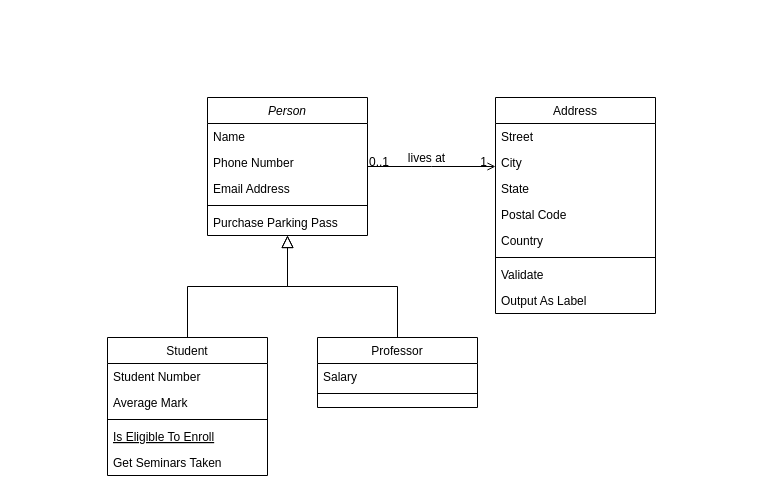
Above: assets/Диаграмма без названия.drawio in Muradxan005/Chinese-Spoken-Idioms (draw.io), before the change. Source tidied: cells renumbered, new cells numbered last; positions are measured from the earlier drawing's top-left corner, leaving out a move shared by most shapes. Both pictures are drawn from the tidied source at 100%, with x=0, y=0 at pixel (107, 97).
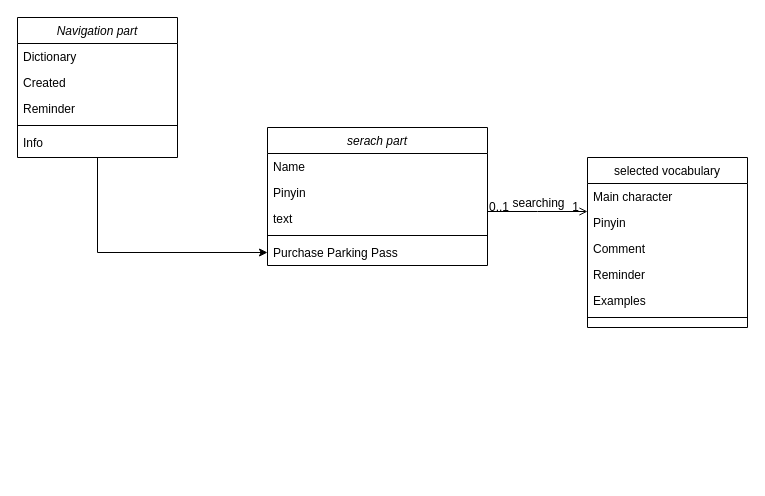
Above is the later version.

Commit message:
Data Model

The change refers to these unchanged cells:
```xml
<mxCell id="28" style="endArrow=open;shadow=0;strokeWidth=1;rounded=0;curved=0;endFill=1;edgeStyle=elbowEdgeStyle;elbow=vertical;" parent="1" edge="1" source="2" target="19">
  <mxGeometry x="0.5" y="41" relative="1" as="geometry">
    <mxPoint x="-40" y="32" as="offset" />
  </mxGeometry>
</mxCell>
```

What changed in the source:
```diff
@@
-    <mxCell id="2" value="Person" style="swimlane;fontStyle=2;align=center;verticalAlign=top;horizontal=1;startSize=26;rounded=0;shadow=0;strokeWidth=1;" parent="1" vertex="1">
-      <mxGeometry x="100" width="160" height="138" as="geometry" />
+    <mxCell id="2" value="serach part" style="swimlane;fontStyle=2;align=center;verticalAlign=top;horizontal=1;startSize=26;rounded=0;shadow=0;strokeWidth=1;" parent="1" vertex="1">
+      <mxGeometry x="160" y="30" width="220" height="138" as="geometry" />
     </mxCell>
     <mxCell id="3" value="Name" style="text;align=left;verticalAlign=top;spacingLeft=4;spacingRight=4;overflow=hidden;" parent="2" vertex="1">
-      <mxGeometry y="26" width="160" height="26" as="geometry" />
+      <mxGeometry y="26" width="220" height="26" as="geometry" />
     </mxCell>
-    <mxCell id="4" value="Phone Number" style="text;align=left;verticalAlign=top;spacingLeft=4;spacingRight=4;overflow=hidden;rounded=0;shadow=0;html=0;" parent="2" vertex="1">
-      <mxGeometry y="52" width="160" height="26" as="geometry" />
+    <mxCell id="4" value="Pinyin" style="text;align=left;verticalAlign=top;spacingLeft=4;spacingRight=4;overflow=hidden;rounded=0;shadow=0;html=0;" parent="2" vertex="1">
+      <mxGeometry y="52" width="220" height="26" as="geometry" />
     </mxCell>
-    <mxCell id="5" value="Email Address" style="text;align=left;verticalAlign=top;spacingLeft=4;spacingRight=4;overflow=hidden;rounded=0;shadow=0;html=0;" parent="2" vertex="1">
-      <mxGeometry y="78" width="160" height="26" as="geometry" />
+    <mxCell id="5" value="text" style="text;align=left;verticalAlign=top;spacingLeft=4;spacingRight=4;overflow=hidden;rounded=0;shadow=0;html=0;" parent="2" vertex="1">
+      <mxGeometry y="78" width="220" height="26" as="geometry" />
     </mxCell>
     <mxCell id="6" style="line;html=1;strokeWidth=1;align=left;verticalAlign=middle;spacingTop=-1;spacingLeft=3;spacingRight=3;labelPosition=right;" parent="2" vertex="1">
-      <mxGeometry y="104" width="160" height="8" as="geometry" />
+      <mxGeometry y="104" width="220" height="8" as="geometry" />
     </mxCell>
     <mxCell id="7" value="Purchase Parking Pass" style="text;align=left;verticalAlign=top;spacingLeft=4;spacingRight=4;overflow=hidden;points=[[0,0.5],[1,0.5]];portConstraint=eastwest;" parent="2" vertex="1">
-      <mxGeometry y="112" width="160" height="26" as="geometry" />
+      <mxGeometry y="112" width="220" height="26" as="geometry" />
     </mxCell>
-    <mxCell id="8" value="Student" style="swimlane;fontStyle=0;align=center;verticalAlign=top;horizontal=1;startSize=26;rounded=0;shadow=0;strokeWidth=1;" parent="1" vertex="1">
-      <mxGeometry y="240" width="160" height="138" as="geometry" />
-    </mxCell>
-    <mxCell id="9" value="Student Number" style="text;align=left;verticalAlign=top;spacingLeft=4;spacingRight=4;overflow=hidden;" parent="8" vertex="1">
-      <mxGeometry y="26" width="160" height="26" as="geometry" />
-    </mxCell>
-    <mxCell id="10" value="Average Mark" style="text;align=left;verticalAlign=top;spacingLeft=4;spacingRight=4;overflow=hidden;rounded=0;shadow=0;html=0;" parent="8" vertex="1">
-      <mxGeometry y="52" width="160" height="26" as="geometry" />
-    </mxCell>
-    <mxCell id="11" style="line;html=1;strokeWidth=1;align=left;verticalAlign=middle;spacingTop=-1;spacingLeft=3;spacingRight=3;labelPosition=right;" parent="8" vertex="1">
-      <mxGeometry y="78" width="160" height="8" as="geometry" />
-    </mxCell>
-    <mxCell id="12" value="Is Eligible To Enroll" style="text;align=left;verticalAlign=top;spacingLeft=4;spacingRight=4;overflow=hidden;fontStyle=4;" parent="8" vertex="1">
-      <mxGeometry y="86" width="160" height="26" as="geometry" />
-    </mxCell>
-    <mxCell id="13" value="Get Seminars Taken" style="text;align=left;verticalAlign=top;spacingLeft=4;spacingRight=4;overflow=hidden;" parent="8" vertex="1">
-      <mxGeometry y="112" width="160" height="26" as="geometry" />
-    </mxCell>
-    <mxCell id="14" style="endArrow=block;endSize=10;endFill=0;shadow=0;strokeWidth=1;rounded=0;curved=0;edgeStyle=elbowEdgeStyle;elbow=vertical;" parent="1" edge="1" source="8" target="2">
-      <mxGeometry relative="1" as="geometry" />
-    </mxCell>
-    <mxCell id="15" value="Professor" style="swimlane;fontStyle=0;align=center;verticalAlign=top;horizontal=1;startSize=26;rounded=0;shadow=0;strokeWidth=1;" parent="1" vertex="1">
-      <mxGeometry x="210" y="240" width="160" height="70" as="geometry" />
-    </mxCell>
-    <mxCell id="16" value="Salary" style="text;align=left;verticalAlign=top;spacingLeft=4;spacingRight=4;overflow=hidden;" parent="15" vertex="1">
-      <mxGeometry y="26" width="160" height="26" as="geometry" />
-    </mxCell>
-    <mxCell id="17" style="line;html=1;strokeWidth=1;align=left;verticalAlign=middle;spacingTop=-1;spacingLeft=3;spacingRight=3;labelPosition=right;" parent="15" vertex="1">
-      <mxGeometry y="52" width="160" height="8" as="geometry" />
-    </mxCell>
-    <mxCell id="18" style="endArrow=block;endSize=10;endFill=0;shadow=0;strokeWidth=1;rounded=0;curved=0;edgeStyle=elbowEdgeStyle;elbow=vertical;" parent="1" edge="1" source="15" target="2">
-      <mxGeometry relative="1" as="geometry" />
-    </mxCell>
-    <mxCell id="19" value="Address" style="swimlane;fontStyle=0;align=center;verticalAlign=top;horizontal=1;startSize=26;rounded=0;shadow=0;strokeWidth=1;" parent="1" vertex="1">
-      <mxGeometry x="388" width="160" height="216" as="geometry" />
+    <mxCell id="19" value="selected vocabulary" style="swimlane;fontStyle=0;align=center;verticalAlign=top;horizontal=1;startSize=26;rounded=0;shadow=0;strokeWidth=1;" parent="1" vertex="1">
+      <mxGeometry x="480" y="60" width="160" height="170" as="geometry" />
     </mxCell>
-    <mxCell id="20" value="Street" style="text;align=left;verticalAlign=top;spacingLeft=4;spacingRight=4;overflow=hidden;" parent="19" vertex="1">
+    <mxCell id="20" value="Main character" style="text;align=left;verticalAlign=top;spacingLeft=4;spacingRight=4;overflow=hidden;" parent="19" vertex="1">
       <mxGeometry y="26" width="160" height="26" as="geometry" />
     </mxCell>
-    <mxCell id="21" value="City" style="text;align=left;verticalAlign=top;spacingLeft=4;spacingRight=4;overflow=hidden;rounded=0;shadow=0;html=0;" parent="19" vertex="1">
+    <mxCell id="21" value="Pinyin" style="text;align=left;verticalAlign=top;spacingLeft=4;spacingRight=4;overflow=hidden;rounded=0;shadow=0;html=0;" parent="19" vertex="1">
       <mxGeometry y="52" width="160" height="26" as="geometry" />
     </mxCell>
-    <mxCell id="22" value="State" style="text;align=left;verticalAlign=top;spacingLeft=4;spacingRight=4;overflow=hidden;rounded=0;shadow=0;html=0;" parent="19" vertex="1">
+    <mxCell id="22" value="Comment" style="text;align=left;verticalAlign=top;spacingLeft=4;spacingRight=4;overflow=hidden;rounded=0;shadow=0;html=0;" parent="19" vertex="1">
       <mxGeometry y="78" width="160" height="26" as="geometry" />
     </mxCell>
-    <mxCell id="23" value="Postal Code" style="text;align=left;verticalAlign=top;spacingLeft=4;spacingRight=4;overflow=hidden;rounded=0;shadow=0;html=0;" parent="19" vertex="1">
+    <mxCell id="23" value="Reminder" style="text;align=left;verticalAlign=top;spacingLeft=4;spacingRight=4;overflow=hidden;rounded=0;shadow=0;html=0;" parent="19" vertex="1">
       <mxGeometry y="104" width="160" height="26" as="geometry" />
     </mxCell>
-    <mxCell id="24" value="Country" style="text;align=left;verticalAlign=top;spacingLeft=4;spacingRight=4;overflow=hidden;rounded=0;shadow=0;html=0;" parent="19" vertex="1">
+    <mxCell id="24" value="Examples" style="text;align=left;verticalAlign=top;spacingLeft=4;spacingRight=4;overflow=hidden;rounded=0;shadow=0;html=0;" parent="19" vertex="1">
       <mxGeometry y="130" width="160" height="26" as="geometry" />
     </mxCell>
@@
-    <mxCell id="26" value="Validate" style="text;align=left;verticalAlign=top;spacingLeft=4;spacingRight=4;overflow=hidden;" parent="19" vertex="1">
-      <mxGeometry y="164" width="160" height="26" as="geometry" />
-    </mxCell>
-    <mxCell id="27" value="Output As Label" style="text;align=left;verticalAlign=top;spacingLeft=4;spacingRight=4;overflow=hidden;" parent="19" vertex="1">
-      <mxGeometry y="190" width="160" height="26" as="geometry" />
-    </mxCell>
@@
-    <mxCell id="31" value="lives at" style="text;html=1;align=center;verticalAlign=middle;labelBackgroundColor=none;rounded=0;shadow=0;strokeWidth=1;fontSize=12;" parent="28" vertex="1">
+    <mxCell id="31" value="searching" style="text;html=1;align=center;verticalAlign=middle;labelBackgroundColor=none;rounded=0;shadow=0;strokeWidth=1;fontSize=12;" parent="28" vertex="1">
       <mxGeometry x="0.5" y="49" relative="1" as="geometry">
-        <mxPoint x="-38" y="40" as="offset" />
+        <mxPoint x="-25" y="40" as="offset" />
       </mxGeometry>
     </mxCell>
+    <mxCell id="32" style="edgeStyle=orthogonalEdgeStyle;rounded=0;jettySize=auto;html=1;entryX=0;entryY=0.5;entryDx=0;entryDy=0;" parent="1" edge="1" source="33" target="7">
+      <mxGeometry relative="1" as="geometry" />
+    </mxCell>
+    <mxCell id="33" value="Navigation part" style="swimlane;fontStyle=2;align=center;verticalAlign=top;horizontal=1;startSize=26;rounded=0;shadow=0;strokeWidth=1;" parent="1" vertex="1">
+      <mxGeometry x="-90" y="-80" width="160" height="140" as="geometry" />
+    </mxCell>
+    <mxCell id="34" value="Dictionary" style="text;align=left;verticalAlign=top;spacingLeft=4;spacingRight=4;overflow=hidden;" parent="33" vertex="1">
+      <mxGeometry y="26" width="160" height="26" as="geometry" />
+    </mxCell>
+    <mxCell id="35" value="Created" style="text;align=left;verticalAlign=top;spacingLeft=4;spacingRight=4;overflow=hidden;rounded=0;shadow=0;html=0;" parent="33" vertex="1">
+      <mxGeometry y="52" width="160" height="26" as="geometry" />
+    </mxCell>
+    <mxCell id="36" value="Reminder" style="text;align=left;verticalAlign=top;spacingLeft=4;spacingRight=4;overflow=hidden;rounded=0;shadow=0;html=0;" parent="33" vertex="1">
+      <mxGeometry y="78" width="160" height="26" as="geometry" />
+    </mxCell>
+    <mxCell id="37" style="line;html=1;strokeWidth=1;align=left;verticalAlign=middle;spacingTop=-1;spacingLeft=3;spacingRight=3;labelPosition=right;" parent="33" vertex="1">
+      <mxGeometry y="104" width="160" height="8" as="geometry" />
+    </mxCell>
+    <mxCell id="38" value="Info" style="text;align=left;verticalAlign=top;spacingLeft=4;spacingRight=4;overflow=hidden;" parent="33" vertex="1">
+      <mxGeometry y="112" width="160" height="28" as="geometry" />
+    </mxCell>
```
